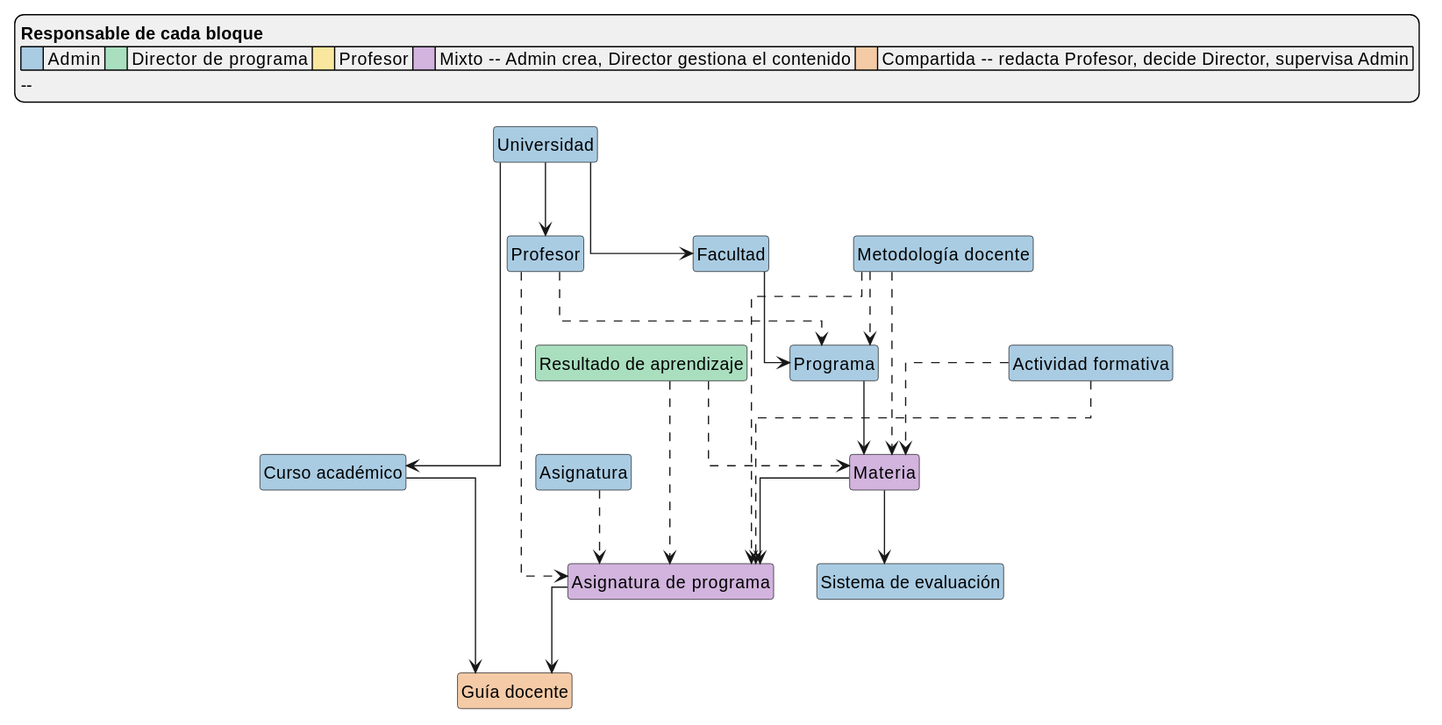
This is images/MANUAL_USUARIO/estructuraDelSistema.svg from mmasias/pyCeldaPublico, a PlantUML export, as it was before one commit.
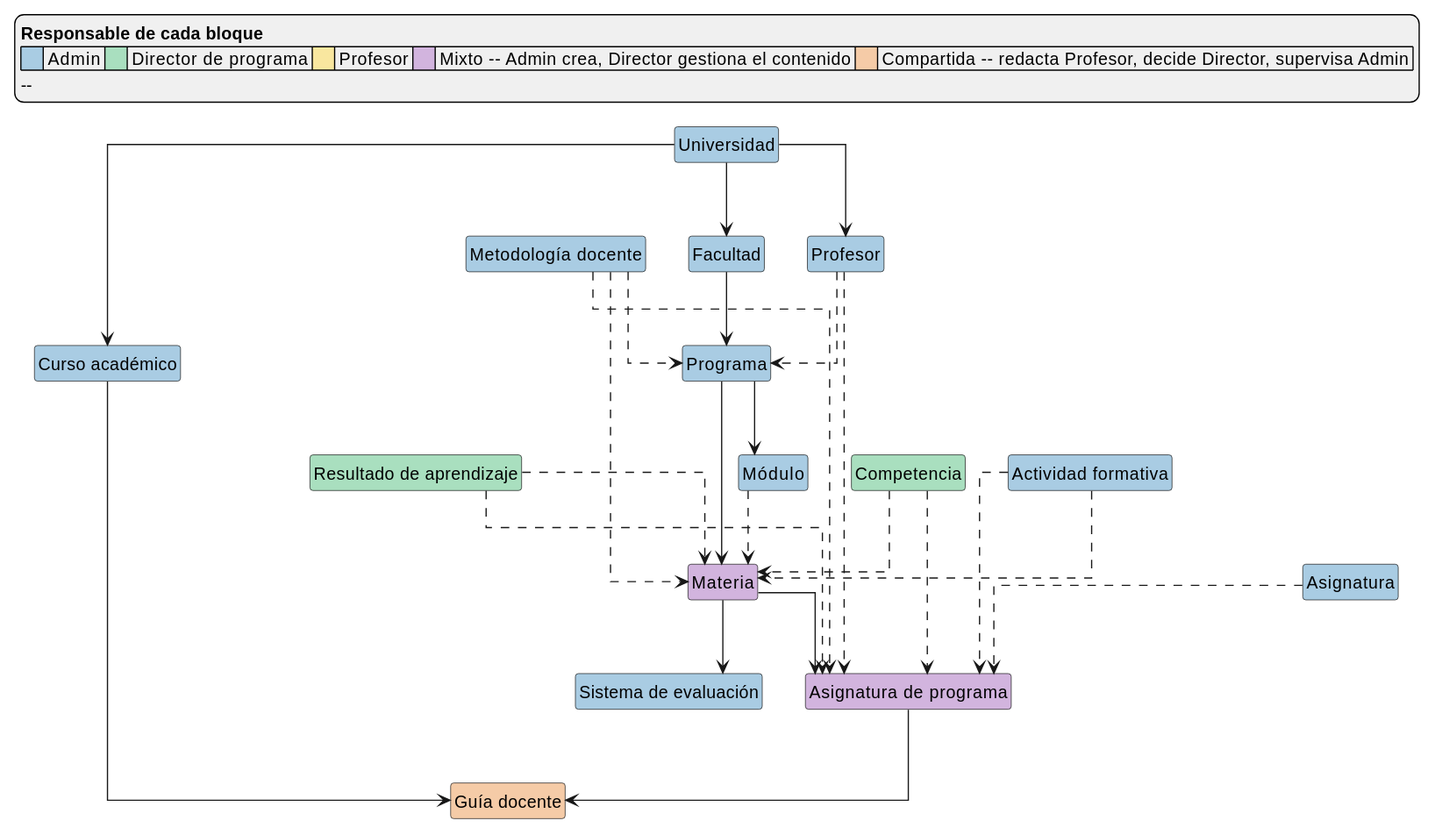
After the commit.

The edit, as a diff of the source:
```diff
@@ -25,9 +25,11 @@
 class "Asignatura de programa" as AsignaturaPrograma #D2B4DE
 class "Guía docente" as Guia #F5CBA7
 class "Curso académico" as CursoAcademico #A9CCE3
+class "Módulo" as Modulo #A9CCE3
 
 Universidad --> Facultad
 Facultad --> Programa
+Programa --> Modulo
 Programa --> Materia
 Materia --> SistemaEvaluacion
 Materia --> AsignaturaPrograma
@@ -38,6 +40,7 @@
 class "Asignatura" as Asignatura #A9CCE3
 class "Metodología docente" as MetodologiaDocente #A9CCE3
 class "Resultado de aprendizaje" as ResultadoAprendizaje #A9DFBF
+class "Competencia" as Competencia #A9DFBF
 class "Actividad formativa" as ActividadFormativa #A9CCE3
 class "Profesor" as Profesor #A9CCE3
 
@@ -47,6 +50,9 @@
 MetodologiaDocente ..> AsignaturaPrograma
 ResultadoAprendizaje ..> Materia
 ResultadoAprendizaje ..> AsignaturaPrograma
+Competencia ..> Materia
+Competencia ..> AsignaturaPrograma
+Modulo ..> Materia
 ActividadFormativa ..> Materia
 ActividadFormativa ..> AsignaturaPrograma
 Universidad --> Profesor
```
